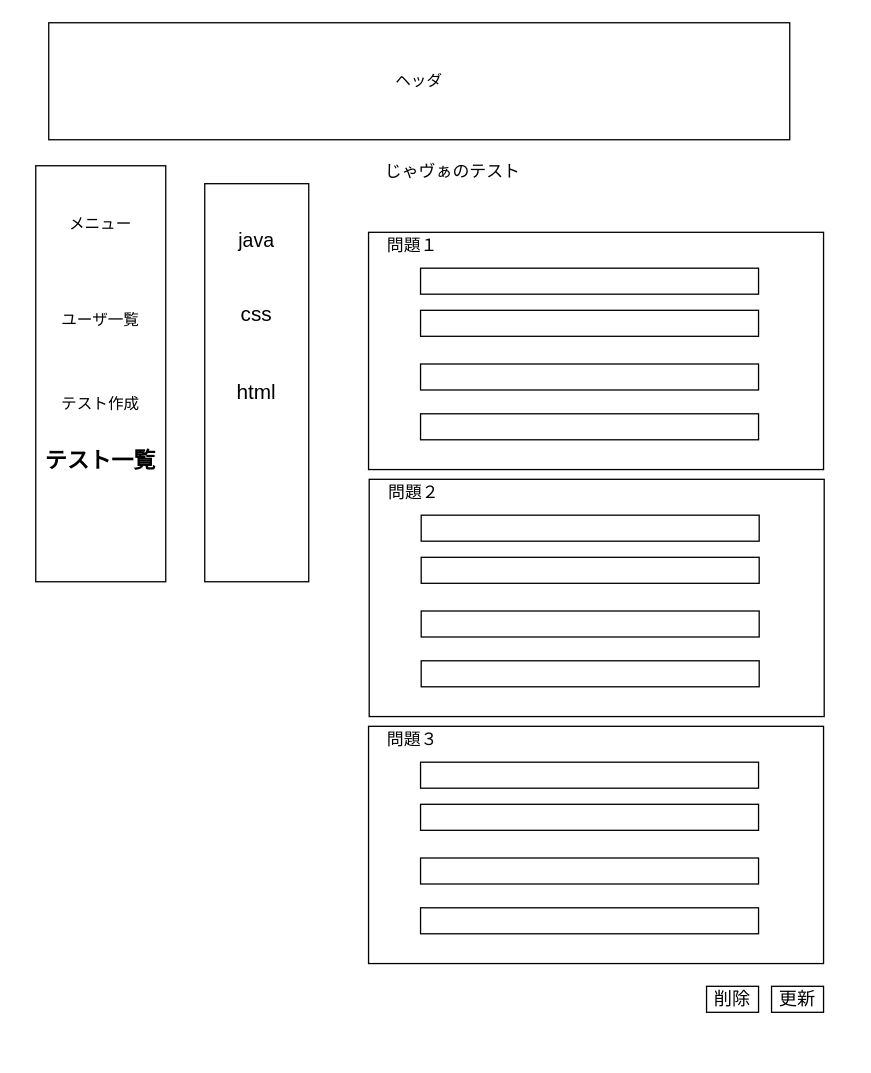
Earlier version of the draw.io diagram page "8.1テスト詳細" (7 of 7) of 外部設計DRAWIO/managiment1.drawio (DOJO-2021/A-3). Source tidied: cells renumbered, new cells numbered last; positions are measured from the earlier drawing's top-left corner, leaving out a move shared by most shapes. Both pictures are drawn from the tidied source at 130%, with x=0, y=0 at pixel (22, 22).
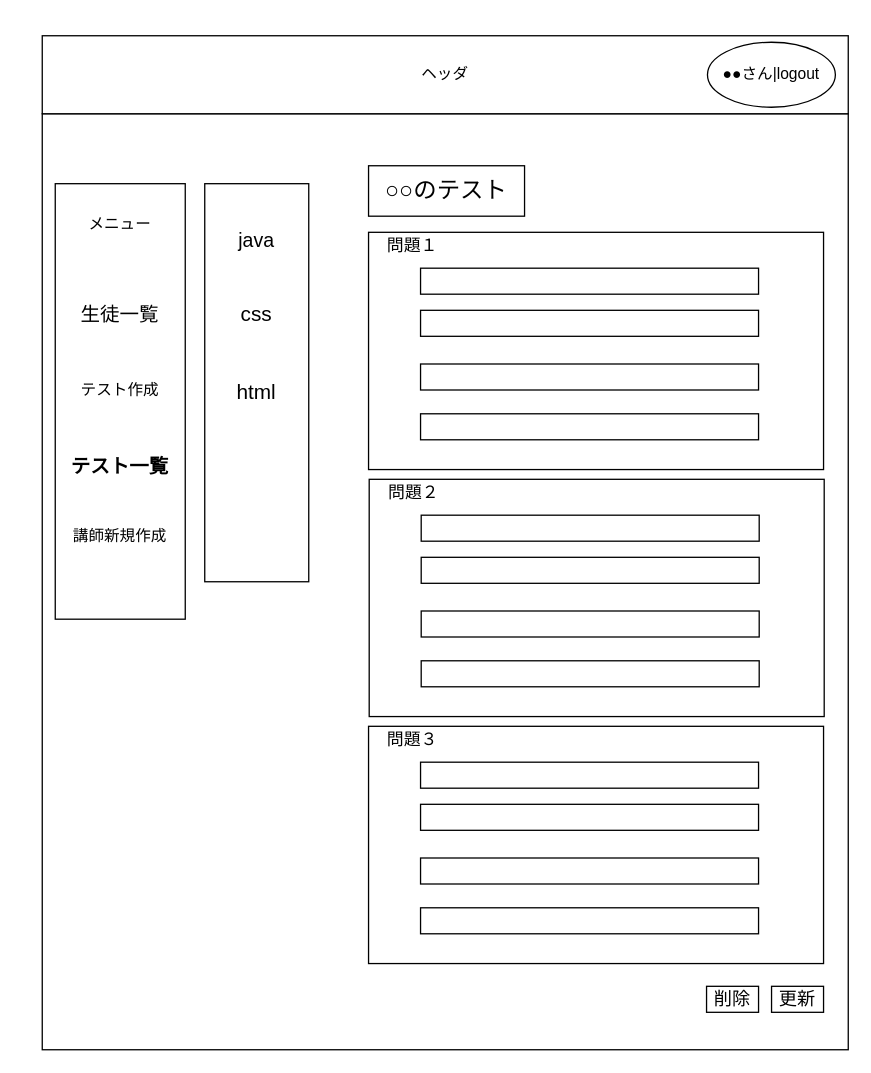
The same diagram, later.

What changed in the source:
```diff
@@
+    <mxCell id="36" style="rounded=0;whiteSpace=wrap;html=1;fontSize=16;" parent="1" vertex="1">
+      <mxGeometry x="15" y="70" width="620" height="720" as="geometry" />
+    </mxCell>
@@
-    <mxCell id="6" value="ヘッダ" style="rounded=0;whiteSpace=wrap;html=1;" parent="1" vertex="1">
-      <mxGeometry x="20" width="570" height="90" as="geometry" />
-    </mxCell>
-    <mxCell id="7" style="rounded=0;whiteSpace=wrap;html=1;" parent="1" vertex="1">
-      <mxGeometry x="10" y="110" width="100" height="320" as="geometry" />
-    </mxCell>
-    <mxCell id="8" value="&lt;span style=&quot;font-size: 12px;&quot;&gt;&lt;font style=&quot;font-size: 12px;&quot;&gt;メニュー&lt;/font&gt;&lt;/span&gt;" style="text;html=1;strokeColor=none;fillColor=none;align=center;verticalAlign=middle;whiteSpace=wrap;rounded=0;fontStyle=0;fontSize=12;" parent="1" vertex="1">
-      <mxGeometry x="20" y="125" width="80" height="60" as="geometry" />
-    </mxCell>
-    <mxCell id="9" value="ユーザ一覧" style="text;html=1;strokeColor=none;fillColor=none;align=center;verticalAlign=middle;whiteSpace=wrap;rounded=0;fontStyle=0;fontSize=12;" parent="1" vertex="1">
-      <mxGeometry x="20" y="200" width="80" height="57" as="geometry" />
-    </mxCell>
-    <mxCell id="10" value="テスト作成" style="text;html=1;strokeColor=none;fillColor=none;align=center;verticalAlign=middle;whiteSpace=wrap;rounded=0;" parent="1" vertex="1">
-      <mxGeometry y="260" width="120" height="67.5" as="geometry" />
-    </mxCell>
-    <mxCell id="11" value="テスト一覧" style="text;html=1;strokeColor=none;fillColor=none;align=center;verticalAlign=middle;whiteSpace=wrap;rounded=0;fontStyle=1;fontSize=17;" parent="1" vertex="1">
-      <mxGeometry y="303.8" width="120" height="67.5" as="geometry" />
-    </mxCell>
@@
-    <mxCell id="34" value="じゃヴぁのテスト" style="text;html=1;strokeColor=none;fillColor=none;align=center;verticalAlign=middle;whiteSpace=wrap;rounded=0;fontSize=13;" parent="1" vertex="1">
-      <mxGeometry x="246" y="103.8" width="169.5" height="20" as="geometry" />
-    </mxCell>
@@
+    <mxCell id="37" value="○○のテスト" style="rounded=0;whiteSpace=wrap;html=1;fontSize=18;" parent="1" vertex="1">
+      <mxGeometry x="266" y="110" width="120" height="38.8" as="geometry" />
+    </mxCell>
+    <mxCell id="38" style="rounded=0;whiteSpace=wrap;html=1;" parent="1" vertex="1">
+      <mxGeometry x="25" y="123.8" width="100" height="335" as="geometry" />
+    </mxCell>
+    <mxCell id="8" value="&lt;span style=&quot;font-size: 12px;&quot;&gt;&lt;font style=&quot;font-size: 12px;&quot;&gt;メニュー&lt;/font&gt;&lt;/span&gt;" style="text;html=1;strokeColor=none;fillColor=none;align=center;verticalAlign=middle;whiteSpace=wrap;rounded=0;fontStyle=0;fontSize=12;" parent="1" vertex="1">
+      <mxGeometry x="35" y="125" width="80" height="60" as="geometry" />
+    </mxCell>
+    <mxCell id="39" value="&lt;span style=&quot;font-weight: normal&quot;&gt;生徒一覧&lt;/span&gt;" style="text;html=1;strokeColor=none;fillColor=none;align=center;verticalAlign=middle;whiteSpace=wrap;rounded=0;fontStyle=1;fontSize=15;" parent="1" vertex="1">
+      <mxGeometry x="35" y="195.5" width="80" height="57" as="geometry" />
+    </mxCell>
+    <mxCell id="10" value="テスト作成" style="text;html=1;strokeColor=none;fillColor=none;align=center;verticalAlign=middle;whiteSpace=wrap;rounded=0;" parent="1" vertex="1">
+      <mxGeometry x="15" y="249.2" width="120" height="67.5" as="geometry" />
+    </mxCell>
+    <mxCell id="11" value="&lt;span style=&quot;font-size: 15px;&quot;&gt;&lt;font style=&quot;font-size: 15px;&quot;&gt;テスト一覧&lt;/font&gt;&lt;/span&gt;" style="text;html=1;strokeColor=none;fillColor=none;align=center;verticalAlign=middle;whiteSpace=wrap;rounded=0;fontStyle=1;fontSize=15;" parent="1" vertex="1">
+      <mxGeometry x="15" y="307.5" width="120" height="67.5" as="geometry" />
+    </mxCell>
+    <mxCell id="40" value="講師新規作成" style="text;html=1;strokeColor=none;fillColor=none;align=center;verticalAlign=middle;whiteSpace=wrap;rounded=0;" parent="1" vertex="1">
+      <mxGeometry x="15" y="361.2" width="120" height="67.5" as="geometry" />
+    </mxCell>
+    <mxCell id="41" style="group;" parent="1" vertex="1">
+      <mxGeometry x="15" y="10" width="620" height="60" as="geometry" />
+    </mxCell>
+    <mxCell id="6" value="ヘッダ" style="rounded=0;whiteSpace=wrap;html=1;" parent="41" vertex="1">
+      <mxGeometry width="620" height="60" as="geometry" />
+    </mxCell>
+    <mxCell id="42" value="●●さん|logout" style="ellipse;whiteSpace=wrap;html=1;fontSize=12;" parent="41" vertex="1">
+      <mxGeometry x="511.7" y="5" width="98.4" height="50" as="geometry" />
+    </mxCell>
```
